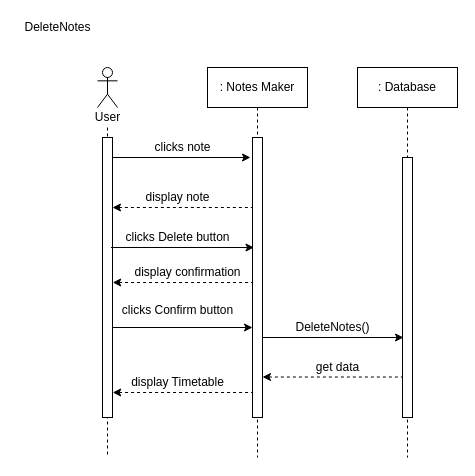
This is page "Page-4" (4 of 5) of NotesMaker.drawio from FaizAnuar/ashisu, a draw.io file, before an edit. Source tidied: cells renumbered, new cells numbered last; positions are measured from the earlier drawing's top-left corner, leaving out a move shared by most shapes. Both pictures are drawn from the tidied source at 100%, with x=0, y=0 at pixel (17, 17).
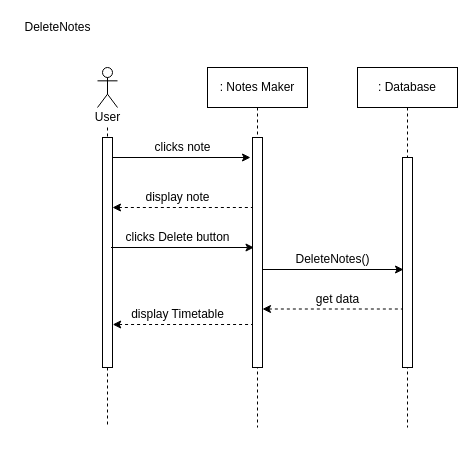
Above is the later version.

The change refers to these unchanged cells:
```xml
<mxCell id="4" value=": Notes Maker" style="rounded=0;whiteSpace=wrap;html=1;" parent="1" vertex="1">
  <mxGeometry x="190" y="50" width="100" height="40" as="geometry" />
</mxCell>
<mxCell id="6" value=": Database" style="rounded=0;whiteSpace=wrap;html=1;" parent="1" vertex="1">
  <mxGeometry x="340" y="50" width="100" height="40" as="geometry" />
</mxCell>
<mxCell id="10" value="User" style="text;html=1;align=center;verticalAlign=middle;points=[];strokeColor=none;" parent="1" vertex="1">
  <mxGeometry x="70" y="90" width="40" height="20" as="geometry" />
</mxCell>
```

Diff of the diagram source:
```diff
@@
     <mxCell id="2" style="edgeStyle=orthogonalEdgeStyle;rounded=0;jettySize=auto;html=1;endArrow=none;endFill=0;dashed=1;" parent="1" edge="1" source="10">
       <mxGeometry relative="1" as="geometry">
-        <mxPoint x="90" y="440" as="targetPoint" />
+        <mxPoint x="90" y="410" as="targetPoint" />
       </mxGeometry>
     </mxCell>
@@
     <mxCell id="5" style="edgeStyle=orthogonalEdgeStyle;rounded=0;jettySize=auto;html=1;endArrow=none;endFill=0;dashed=1;" parent="1" edge="1" source="6">
       <mxGeometry relative="1" as="geometry">
-        <mxPoint x="390" y="440" as="targetPoint" />
+        <mxPoint x="390" y="410" as="targetPoint" />
       </mxGeometry>
     </mxCell>
@@
     <mxCell id="9" style="html=1;perimeter=orthogonalPerimeter;fillColor=#ffffff;" parent="1" vertex="1">
-      <mxGeometry x="385" y="140" width="10" height="260" as="geometry" />
+      <mxGeometry x="385" y="140" width="10" height="210" as="geometry" />
     </mxCell>
@@
     <mxCell id="12" style="edgeStyle=orthogonalEdgeStyle;rounded=0;jettySize=auto;html=1;endArrow=none;endFill=0;dashed=1;" parent="1" edge="1" source="4">
       <mxGeometry relative="1" as="geometry">
-        <mxPoint x="240" y="440" as="targetPoint" />
+        <mxPoint x="240" y="410" as="targetPoint" />
         <Array as="points">
           <mxPoint x="240" y="180" />
           <mxPoint x="240" y="180" />
         </Array>
       </mxGeometry>
     </mxCell>
@@
     <mxCell id="14" style="endArrow=classic;html=1;" parent="1" edge="1">
       <mxGeometry relative="1" as="geometry">
-        <mxPoint x="245" y="320" as="sourcePoint" />
-        <mxPoint x="386" y="320" as="targetPoint" />
+        <mxPoint x="245" y="252" as="sourcePoint" />
+        <mxPoint x="386" y="252" as="targetPoint" />
       </mxGeometry>
     </mxCell>
-    <mxCell id="15" style="endArrow=classic;html=1;" parent="1" edge="1">
-      <mxGeometry relative="1" as="geometry">
-        <mxPoint x="94" y="310" as="sourcePoint" />
-        <mxPoint x="235" y="310" as="targetPoint" />
-      </mxGeometry>
-    </mxCell>
-    <mxCell id="16" value="clicks Confirm button" style="text;html=1;align=center;verticalAlign=middle;strokeColor=none;" parent="1" vertex="1">
-      <mxGeometry x="95" y="282.5" width="130" height="20" as="geometry" />
-    </mxCell>
     <mxCell id="17" value="DeleteNotes()" style="text;html=1;align=center;verticalAlign=middle;strokeColor=none;" parent="1" vertex="1">
-      <mxGeometry x="270" y="300" width="90" height="20" as="geometry" />
+      <mxGeometry x="270" y="232" width="90" height="20" as="geometry" />
     </mxCell>
     <mxCell id="18" style="html=1;perimeter=orthogonalPerimeter;fillColor=#FFFFFF;" parent="1" vertex="1">
-      <mxGeometry x="235" y="345" width="10" height="30" as="geometry" />
+      <mxGeometry x="235" y="277" width="10" height="30" as="geometry" />
     </mxCell>
     <mxCell id="19" style="html=1;perimeter=orthogonalPerimeter;fillColor=#FFFFFF;" parent="1" vertex="1">
-      <mxGeometry x="85" y="340" width="10" height="30" as="geometry" />
+      <mxGeometry x="85" y="272" width="10" height="30" as="geometry" />
     </mxCell>
@@
     <mxCell id="22" style="html=1;perimeter=orthogonalPerimeter;fillColor=#FFFFFF;" parent="1" vertex="1">
-      <mxGeometry x="235" y="120" width="10" height="280" as="geometry" />
+      <mxGeometry x="235" y="120" width="10" height="230" as="geometry" />
     </mxCell>
     <mxCell id="23" style="html=1;perimeter=orthogonalPerimeter;fillColor=#ffffff;" parent="1" vertex="1">
-      <mxGeometry x="85" y="120" width="10" height="280" as="geometry" />
+      <mxGeometry x="85" y="120" width="10" height="230" as="geometry" />
     </mxCell>
-    <mxCell id="24" style="endArrow=none;html=1;entryX=-0.02;entryY=0.222;entryDx=0;entryDy=0;entryPerimeter=0;startArrow=classic;startFill=1;endFill=0;dashed=1;" parent="1" edge="1">
-      <mxGeometry relative="1" as="geometry">
-        <mxPoint x="95.2" y="265" as="sourcePoint" />
-        <mxPoint x="235" y="265" as="targetPoint" />
-      </mxGeometry>
-    </mxCell>
     <mxCell id="25" style="endArrow=none;html=1;entryX=-0.02;entryY=0.222;entryDx=0;entryDy=0;entryPerimeter=0;startArrow=classic;startFill=1;endFill=0;dashed=1;" parent="1" edge="1">
       <mxGeometry relative="1" as="geometry">
-        <mxPoint x="245" y="359.5" as="sourcePoint" />
-        <mxPoint x="384.8" y="359.5" as="targetPoint" />
+        <mxPoint x="245" y="291.5" as="sourcePoint" />
+        <mxPoint x="384.8" y="291.5" as="targetPoint" />
       </mxGeometry>
     </mxCell>
     <mxCell id="26" value="get data" style="text;html=1;align=center;verticalAlign=middle;strokeColor=none;" parent="1" vertex="1">
-      <mxGeometry x="290" y="340" width="60" height="20" as="geometry" />
+      <mxGeometry x="290" y="272" width="60" height="20" as="geometry" />
     </mxCell>
-    <mxCell id="27" value="display confirmation" style="text;html=1;align=center;verticalAlign=middle;strokeColor=none;" parent="1" vertex="1">
-      <mxGeometry x="110" y="245" width="120" height="20" as="geometry" />
-    </mxCell>
@@
     <mxCell id="30" style="endArrow=none;html=1;entryX=-0.02;entryY=0.222;entryDx=0;entryDy=0;entryPerimeter=0;startArrow=classic;startFill=1;endFill=0;dashed=1;" parent="1" edge="1">
       <mxGeometry relative="1" as="geometry">
-        <mxPoint x="95.2" y="375" as="sourcePoint" />
-        <mxPoint x="235" y="375" as="targetPoint" />
+        <mxPoint x="95.2" y="307" as="sourcePoint" />
+        <mxPoint x="235" y="307" as="targetPoint" />
       </mxGeometry>
     </mxCell>
     <mxCell id="31" value="display Timetable" style="text;html=1;align=center;verticalAlign=middle;strokeColor=none;" parent="1" vertex="1">
-      <mxGeometry x="105" y="355" width="110" height="20" as="geometry" />
+      <mxGeometry x="105" y="287" width="110" height="20" as="geometry" />
     </mxCell>
```
